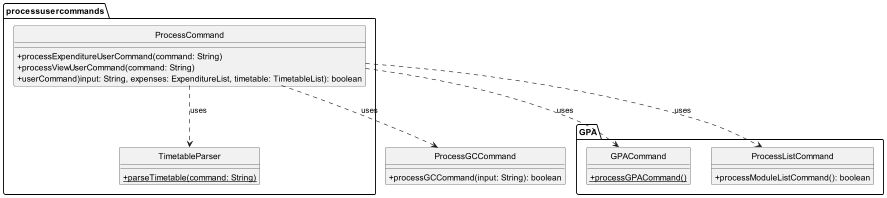
Earlier version of the PlantUML export docs/diagrams/classdiagram/ProcessCommandCD.png (nyh3/tp). The source it was exported from:
```plantuml
@startuml

hide circle
skinparam classAttributeIconSize 0

package GPA {
    class GPACommand {
        + {static} processGPACommand()
    }

    class ProcessListCommand {
        + processModuleListCommand(): boolean
    }
}

package processusercommands {
    class ProcessCommand {
        + processExpenditureUserCommand(command: String)
        + processViewUserCommand(command: String)
        + userCommand)input: String, expenses: ExpenditureList, timetable: TimetableList): boolean
    }

    class TimetableParser {
        + {static} parseTimetable(command: String)
    }
}

class ProcessGCCommand {
    + processGCCommand(input: String): boolean
}

ProcessCommand ..> TimetableParser: uses
ProcessCommand ..> GPACommand: uses
ProcessCommand ..> ProcessGCCommand: uses
ProcessCommand ..> ProcessListCommand: uses
@enduml
```
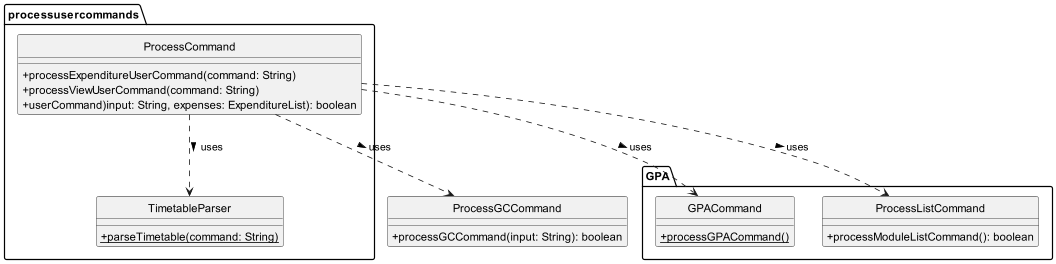
Later version of the same file.

The edit, as a diff of the source:
```diff
@@ -17,7 +17,7 @@
     class ProcessCommand {
         + processExpenditureUserCommand(command: String)
         + processViewUserCommand(command: String)
-        + userCommand)input: String, expenses: ExpenditureList, timetable: TimetableList): boolean
+        + userCommand)input: String, expenses: ExpenditureList): boolean
     }
 
     class TimetableParser {
@@ -29,8 +29,8 @@
     + processGCCommand(input: String): boolean
 }
 
-ProcessCommand ..> TimetableParser: uses
-ProcessCommand ..> GPACommand: uses
-ProcessCommand ..> ProcessGCCommand: uses
-ProcessCommand ..> ProcessListCommand: uses
+ProcessCommand ..> TimetableParser: uses >
+ProcessCommand ..> GPACommand: uses >
+ProcessCommand ..> ProcessGCCommand: uses >
+ProcessCommand ..> ProcessListCommand: uses >
 @enduml
```
